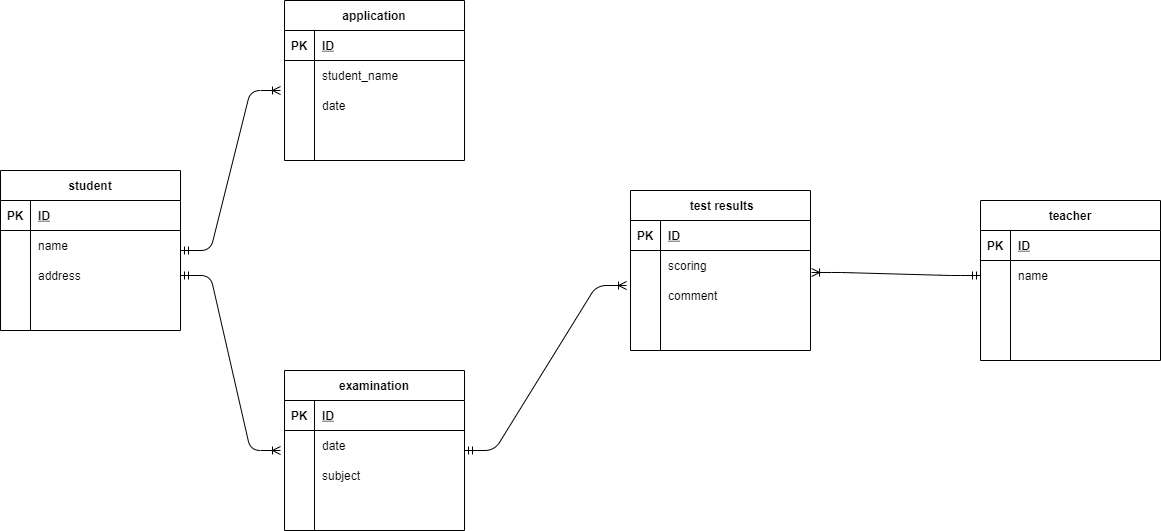
nishida-riyo/coachtech-DBER keeps this draw.io diagram as index.drawio.png. Above is the earlier version. Source tidied: cells renumbered, new cells last; positions are measured from the earlier drawing's top-left corner, leaving out a move shared by most shapes.
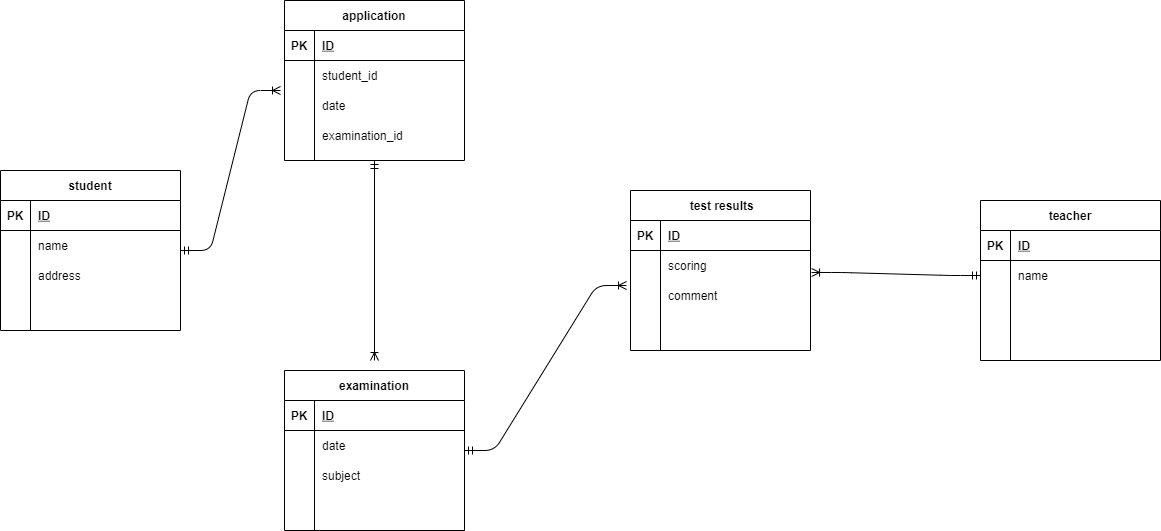
After the commit.

Commit message:
データベース演習課題修正

The edit, as a diff of the source:
```diff
@@ -59,7 +59,7 @@
     <mxCell id="20" style="shape=partialRectangle;fillColor=none;top=0;left=0;bottom=0;right=0;overflow=hidden;" parent="19" vertex="1">
       <mxGeometry width="30" height="30" as="geometry" />
     </mxCell>
-    <mxCell id="21" value="student_name" style="shape=partialRectangle;fillColor=none;top=0;left=0;bottom=0;right=0;align=left;spacingLeft=6;overflow=hidden;" parent="19" vertex="1">
+    <mxCell id="21" value="student_id" style="shape=partialRectangle;fillColor=none;top=0;left=0;bottom=0;right=0;align=left;spacingLeft=6;overflow=hidden;" parent="19" vertex="1">
       <mxGeometry x="30" width="150" height="30" as="geometry" />
     </mxCell>
     <mxCell id="22" style="shape=partialRectangle;fillColor=none;top=0;left=0;bottom=0;right=0;" parent="15" vertex="1">
@@ -77,7 +77,7 @@
     <mxCell id="26" style="shape=partialRectangle;fillColor=none;top=0;left=0;bottom=0;right=0;overflow=hidden;" parent="25" vertex="1">
       <mxGeometry width="30" height="30" as="geometry" />
     </mxCell>
-    <mxCell id="27" style="shape=partialRectangle;fillColor=none;top=0;left=0;bottom=0;right=0;align=left;spacingLeft=6;overflow=hidden;" parent="25" vertex="1">
+    <mxCell id="27" value="examination_id" style="shape=partialRectangle;fillColor=none;top=0;left=0;bottom=0;right=0;align=left;spacingLeft=6;overflow=hidden;" parent="25" vertex="1">
       <mxGeometry x="30" width="150" height="30" as="geometry" />
     </mxCell>
     <mxCell id="28" value="examination" style="shape=table;startSize=30;rowLines=0;fontStyle=1;align=center;" parent="1" vertex="1">
@@ -164,11 +164,6 @@
         <mxPoint x="280" y="90" as="targetPoint" />
       </mxGeometry>
     </mxCell>
-    <mxCell id="55" style="edgeStyle=entityRelationEdgeStyle;fontSize=12;html=1;endArrow=ERoneToMany;startArrow=ERmandOne;startFill=0;endFill=0;exitX=1;exitY=0.5;exitDx=0;exitDy=0;" parent="1" edge="1" source="9">
-      <mxGeometry relative="1" as="geometry">
-        <mxPoint x="280" y="450" as="targetPoint" />
-      </mxGeometry>
-    </mxCell>
     <mxCell id="56" value=" test results" style="shape=table;startSize=30;rowLines=0;fontStyle=1;align=center;" parent="1" vertex="1">
       <mxGeometry x="630" y="190" width="180" height="160" as="geometry" />
     </mxCell>
@@ -216,5 +211,10 @@
         <mxPoint x="464" y="450" as="sourcePoint" />
       </mxGeometry>
     </mxCell>
+    <mxCell id="71" style="fontSize=12;html=1;endArrow=ERmandOne;startArrow=ERoneToMany;entryX=0.5;entryY=1;entryDx=0;entryDy=0;endFill=0;startFill=0;" parent="1" edge="1" target="15">
+      <mxGeometry relative="1" as="geometry">
+        <mxPoint x="374" y="360" as="sourcePoint" />
+      </mxGeometry>
+    </mxCell>
   </root>
 </mxGraphModel>
```
